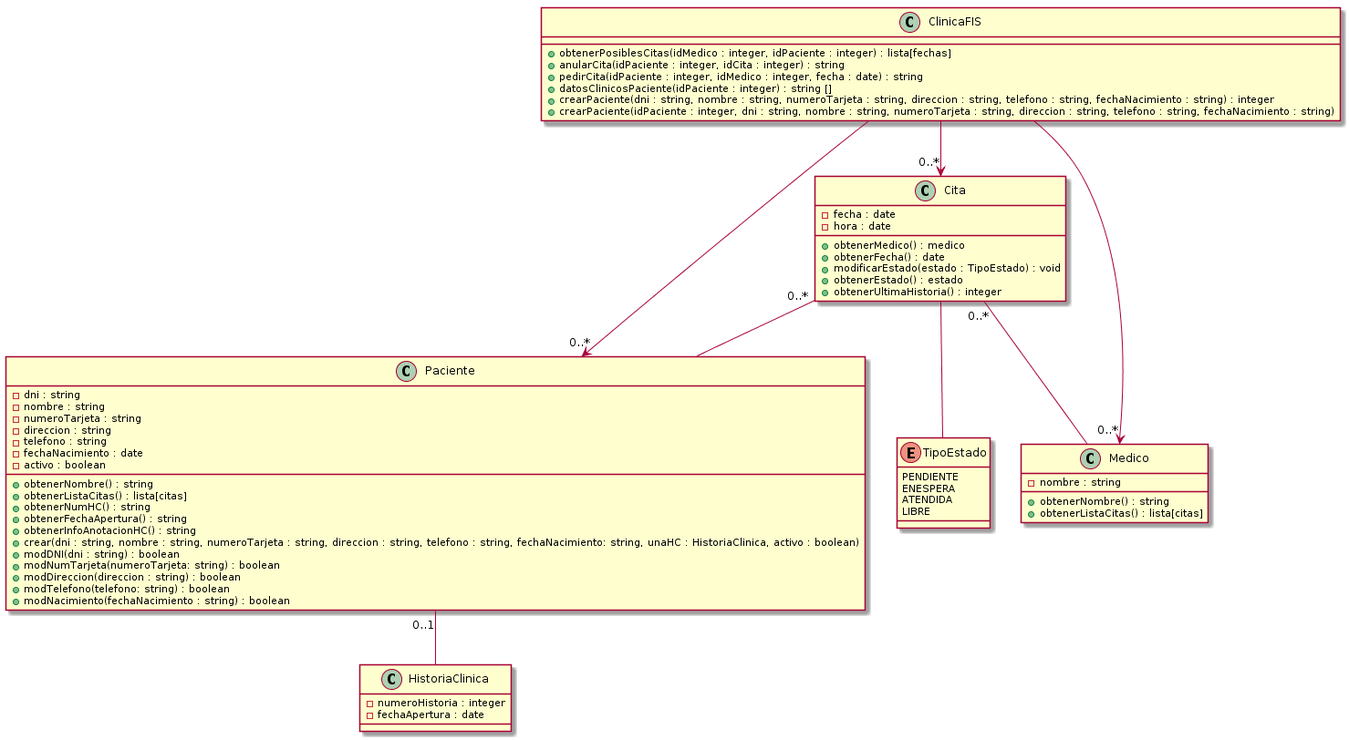
Earlier version of the PlantUML export P4/DiagramaDeClases.png (Ludvins/DGIIM_FIS).
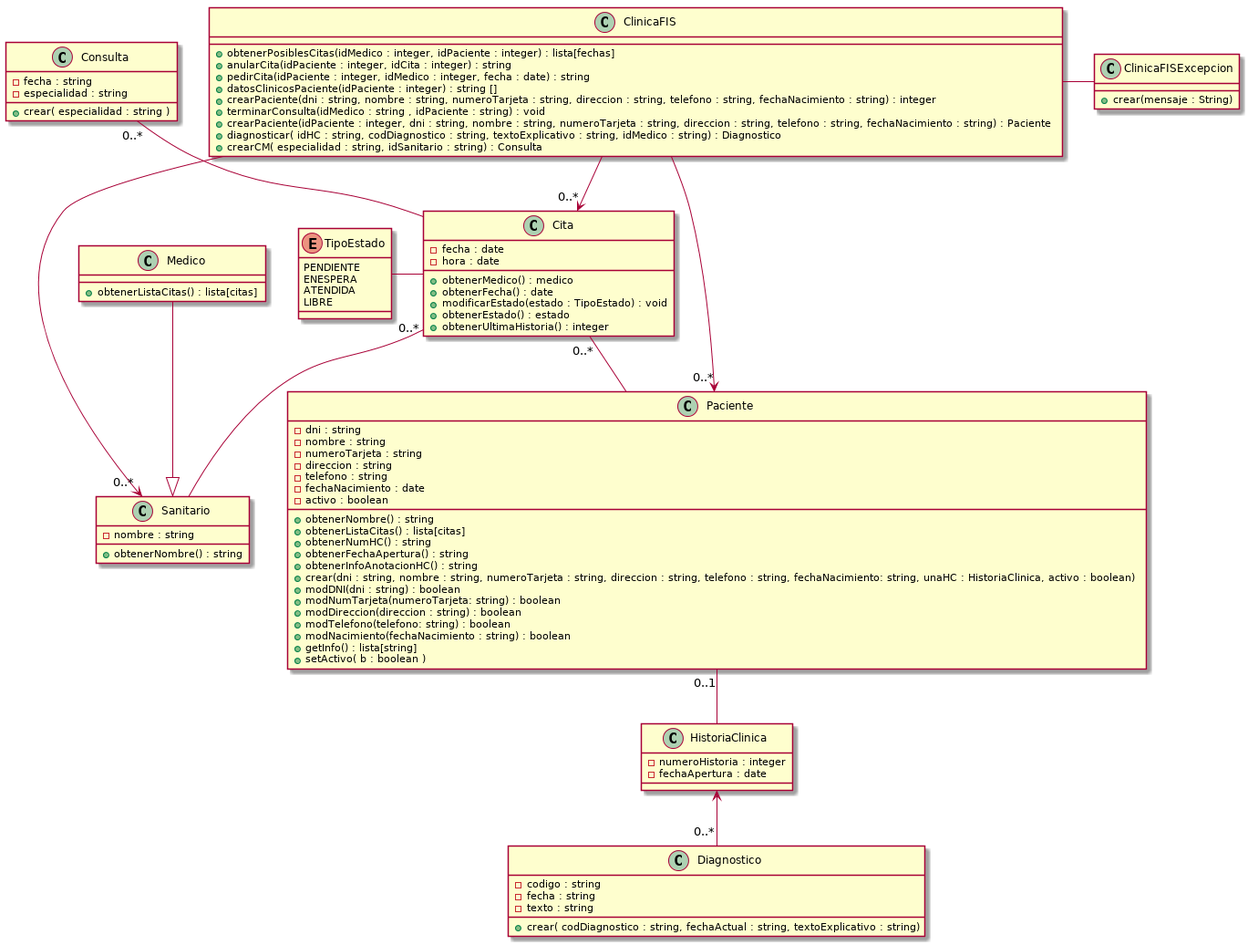
The same diagram one commit later.

What changed in the source:
```diff
@@ -19,6 +19,8 @@
 + modDireccion(direccion : string) : boolean
 + modTelefono(telefono: string) : boolean
 + modNacimiento(fechaNacimiento : string) : boolean
++ getInfo() : lista[string]
++ setActivo( b : boolean )
 }
 
 class Cita {
@@ -38,9 +40,13 @@
 LIBRE
 }
 
-class Medico {
+class Sanitario {
 - nombre : string
 + obtenerNombre() : string
+
+}
+
+class Medico {
 + obtenerListaCitas() : lista[citas]
 }
 
@@ -51,7 +57,10 @@
 + pedirCita(idPaciente : integer, idMedico : integer, fecha : date) : string
 + datosClinicosPaciente(idPaciente : integer) : string []
 + crearPaciente(dni : string, nombre : string, numeroTarjeta : string, direccion : string, telefono : string, fechaNacimiento : string) : integer
-+ crearPaciente(idPaciente : integer, dni : string, nombre : string, numeroTarjeta : string, direccion : string, telefono : string, fechaNacimiento : string)
++ terminarConsulta(idMedico : string , idPaciente : string) : void
++ crearPaciente(idPaciente : integer, dni : string, nombre : string, numeroTarjeta : string, direccion : string, telefono : string, fechaNacimiento : string) : Paciente
++ diagnosticar( idHC : string, codDiagnostico : string, textoExplicativo : string, idMedico : string) : Diagnostico
++ crearCM( especialidad : string, idSanitario : string) : Consulta
 }
 
 class HistoriaClinica {
@@ -59,11 +68,34 @@
 - fechaApertura : date
 }
 
+
+class ClinicaFISExcepcion {
++ crear(mensaje : String)
+}
+
+class Diagnostico {
+- codigo : string
+- fecha : string
+- texto : string
++ crear( codDiagnostico : string, fechaActual : string, textoExplicativo : string)
+
+}
+
+class Consulta {
+- fecha : string
+- especialidad : string
++ crear( especialidad : string )
+}
+
+Medico --|> Sanitario
 Cita "0..*"-- Paciente
-Cita "0..*"-- Medico
-Cita -- TipoEstado
+Cita "0..*"-- Sanitario
+Cita -left- TipoEstado
 ClinicaFIS -->"0..*" Paciente
-ClinicaFIS -->"0..*" Medico
+ClinicaFIS -->"0..*" Sanitario
 ClinicaFIS -->"0..*" Cita
 Paciente "0..1" -- HistoriaClinica
+ClinicaFIS -right- ClinicaFISExcepcion
+Diagnostico "0..*" -up-> HistoriaClinica
+Consulta "0..*" -down- Cita
 @enduml
```
